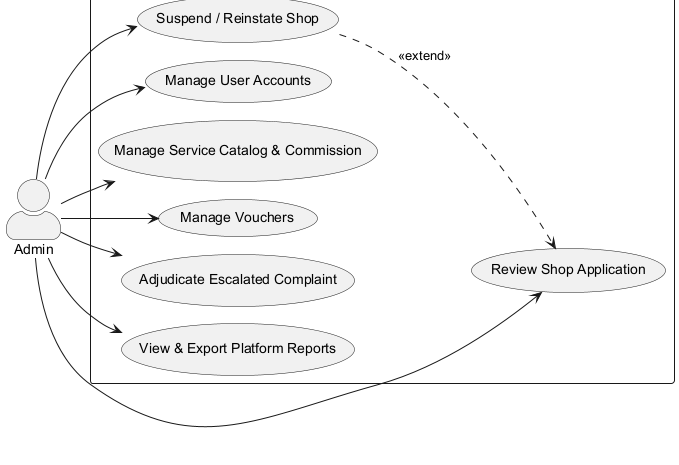
Above: docs/diagrams/png/usecase-admin.png in Rainsh0wer/PrintHub (PlantUML), before the change.
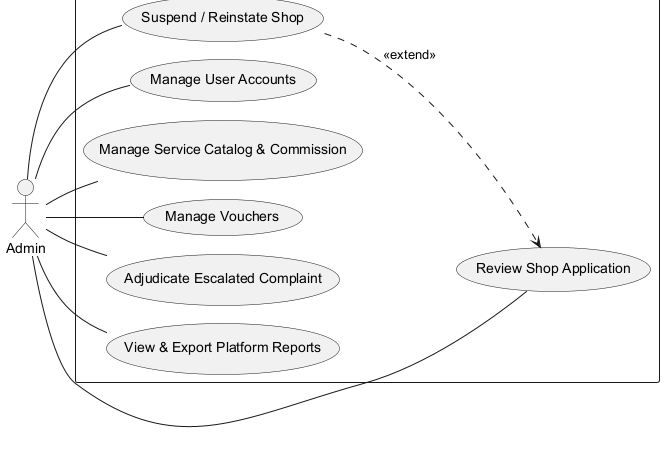
After the commit.

The edit, as a diff of the source:
```diff
@@ -1,8 +1,6 @@
 @startuml
 !pragma layout smetana
 left to right direction
-skinparam packageStyle rectangle
-skinparam actorStyle awesome
 
 actor Admin as A
 
@@ -16,13 +14,13 @@
   usecase "View & Export Platform Reports" as UC42
 }
 
-A --> UC36
-A --> UC37
-A --> UC38
-A --> UC39
-A --> UC40
-A --> UC41
-A --> UC42
+A -- UC36
+A -- UC37
+A -- UC38
+A -- UC39
+A -- UC40
+A -- UC41
+A -- UC42
 
 UC37 ..> UC36 : <<extend>>
 @enduml
```
